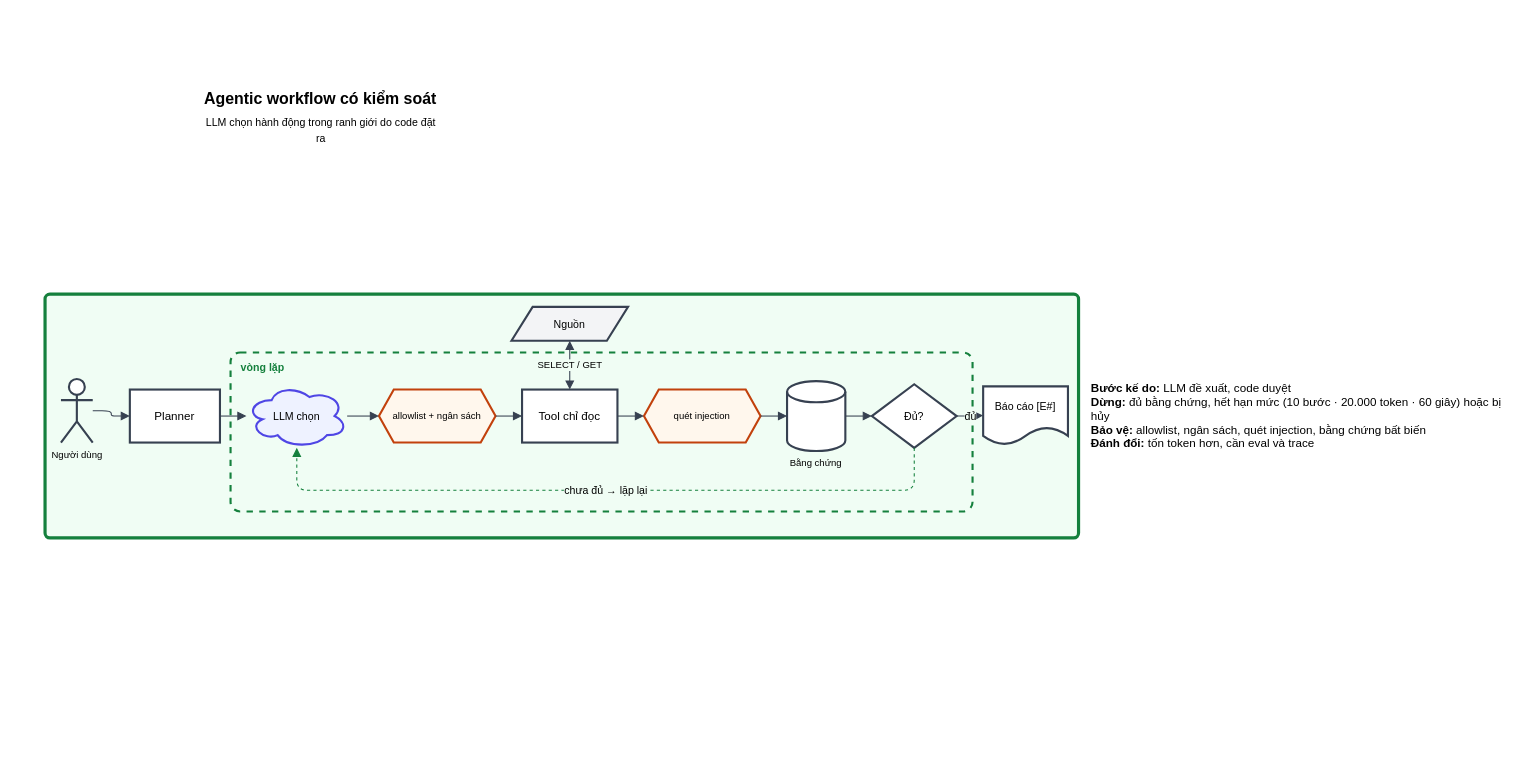
Above: page "Agentic worrkflow" (2 of 33) of AIK8/AIK08/Diagram.drawio in NamHuynh147/OOSD (draw.io), before the change. Source tidied: cells renumbered, new cells numbered last; positions are measured from the earlier drawing's top-left corner, leaving out a move shared by most shapes. Both pictures are drawn from the tidied source at 106%, with x=0, y=0 at pixel (18, 18).
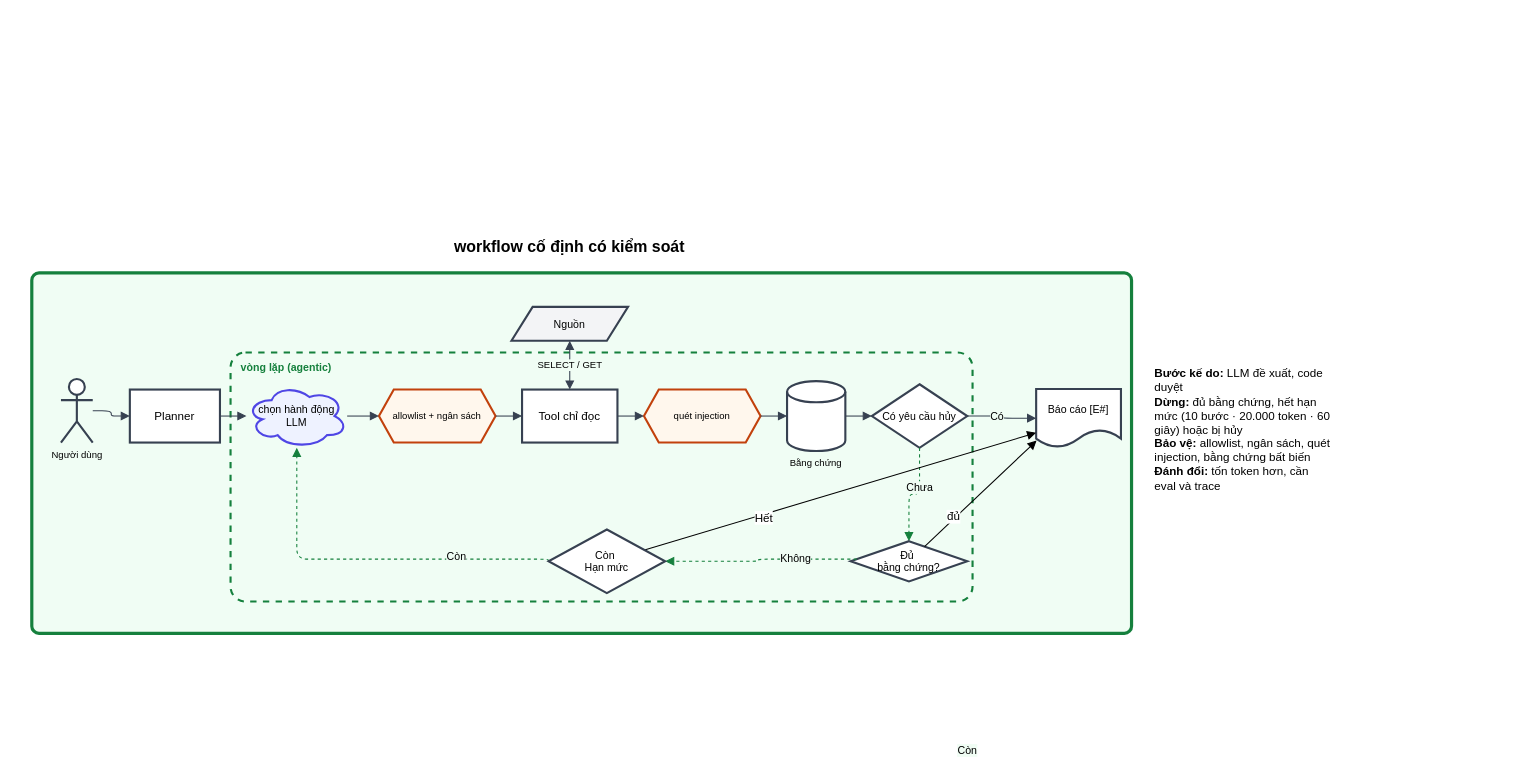
After the change.

Change to the diagram source:
```diff
@@
     <mxCell id="2" style="rounded=1;arcSize=2;whiteSpace=wrap;html=1;fillColor=#F0FDF4;strokeColor=#15803D;strokeWidth=3;" parent="1" vertex="1">
-      <mxGeometry x="25" y="260" width="975" height="230" as="geometry" />
+      <mxGeometry x="12.5" y="240" width="1037.5" height="340" as="geometry" />
     </mxCell>
-    <mxCell id="3" value="&lt;div&gt;&lt;br&gt;&lt;/div&gt;&lt;font style=&quot;font-size:10px&quot;&gt;LLM chọn hành động trong ranh giới do code đặt ra&lt;/font&gt;&lt;div&gt;&lt;br&gt;&lt;/div&gt;" style="text;html=1;whiteSpace=wrap;align=center;verticalAlign=middle;fontSize=12;" parent="1" vertex="1">
-      <mxGeometry x="172.5" width="225" height="210" as="geometry" />
-    </mxCell>
     <mxCell id="4" value="&lt;b&gt;Bước kế do:&lt;/b&gt; LLM đề xuất, code duyệt&lt;br&gt;&lt;b&gt;Dừng:&lt;/b&gt; đủ bằng chứng, hết hạn mức (10 bước · 20.000 token · 60 giây) hoặc bị hủy&lt;br&gt;&lt;b&gt;Bảo vệ:&lt;/b&gt; allowlist, ngân sách, quét injection, bằng chứng bất biến&lt;br&gt;&lt;b&gt;Đánh đổi:&lt;/b&gt; tốn token hơn, cần eval và trace" style="text;html=1;whiteSpace=wrap;align=left;verticalAlign=middle;fontSize=11;" parent="1" vertex="1">
-      <mxGeometry x="1010" y="270" width="400" height="210" as="geometry" />
+      <mxGeometry x="1070" y="283" width="170" height="210" as="geometry" />
     </mxCell>
-    <mxCell id="5" value="vòng lặp" style="rounded=1;arcSize=6;whiteSpace=wrap;html=1;dashed=1;strokeWidth=2;strokeColor=#15803D;fillColor=none;verticalAlign=top;align=left;spacingLeft=8;spacingTop=2;fontSize=10;fontStyle=1;fontColor=#15803D;" parent="1" vertex="1">
-      <mxGeometry x="200" y="315" width="700" height="150" as="geometry" />
+    <mxCell id="5" value="vòng lặp (agentic)" style="rounded=1;arcSize=6;whiteSpace=wrap;html=1;dashed=1;strokeWidth=2;strokeColor=#15803D;fillColor=none;verticalAlign=top;align=left;spacingLeft=8;spacingTop=2;fontSize=10;fontStyle=1;fontColor=#15803D;" parent="1" vertex="1">
+      <mxGeometry x="200" y="315" width="700" height="235" as="geometry" />
     </mxCell>
@@
-    <mxCell id="8" value="LLM chọn" style="ellipse;shape=cloud;whiteSpace=wrap;html=1;fillColor=#EEF2FF;strokeColor=#4F46E5;strokeWidth=2;fontSize=10;" parent="1" vertex="1">
+    <mxCell id="8" value="&lt;div&gt;chọn hành động&lt;/div&gt;&lt;div&gt;LLM&lt;/div&gt;" style="ellipse;shape=cloud;whiteSpace=wrap;html=1;fillColor=#EEF2FF;strokeColor=#4F46E5;strokeWidth=2;fontSize=10;" parent="1" vertex="1">
       <mxGeometry x="215" y="345" width="95" height="60" as="geometry" />
     </mxCell>
@@
-    <mxCell id="14" value="Đủ?" style="rhombus;whiteSpace=wrap;html=1;fillColor=#FFFFFF;strokeColor=#374151;strokeWidth=2;fontSize=10;" parent="1" vertex="1">
-      <mxGeometry x="805" y="345" width="80" height="60" as="geometry" />
+    <mxCell id="14" value="Có yêu cầu hủy" style="rhombus;whiteSpace=wrap;html=1;fillColor=#FFFFFF;strokeColor=#374151;strokeWidth=2;fontSize=10;" parent="1" vertex="1">
+      <mxGeometry x="805" y="345" width="90" height="60" as="geometry" />
     </mxCell>
     <mxCell id="15" value="Báo cáo [E#]" style="shape=document;whiteSpace=wrap;html=1;boundedLbl=1;fillColor=#FFFFFF;strokeColor=#374151;strokeWidth=2;fontSize=10;" parent="1" vertex="1">
-      <mxGeometry x="910" y="347" width="80" height="55" as="geometry" />
+      <mxGeometry x="960" y="349.5" width="80" height="55" as="geometry" />
     </mxCell>
@@
-    <mxCell id="23" value="đủ" style="edgeStyle=orthogonalEdgeStyle;rounded=1;html=1;endArrow=block;endFill=1;strokeColor=#374151;fontSize=10;labelBackgroundColor=#F0FDF4;" parent="1" edge="1" source="14" target="15">
+    <mxCell id="23" style="edgeStyle=orthogonalEdgeStyle;rounded=1;html=1;endArrow=block;endFill=1;strokeColor=#374151;fontSize=10;labelBackgroundColor=#F0FDF4;" parent="1" edge="1" source="14" target="15">
       <mxGeometry relative="1" as="geometry" />
     </mxCell>
+    <mxCell id="27" value="Có" style="edgeLabel;html=1;align=center;verticalAlign=middle;inheritText=1;fontSize=10;labelBackgroundColor=#F0FDF4;" parent="23" vertex="1">
+      <mxGeometry x="-0.19" y="1" relative="1" as="geometry" />
+    </mxCell>
-    <mxCell id="24" value="chưa đủ → lặp lại" style="edgeStyle=orthogonalEdgeStyle;rounded=1;html=1;endArrow=block;endFill=1;dashed=1;strokeColor=#15803D;fontSize=10;labelBackgroundColor=#F0FDF4;exitX=0.5;exitY=1;exitDx=0;exitDy=0;entryX=0.5;entryY=1;entryDx=0;entryDy=0;" parent="1" edge="1" source="14" target="8">
-      <mxGeometry relative="1" as="geometry">
+    <mxCell id="24" value="Còn" style="edgeStyle=orthogonalEdgeStyle;rounded=1;html=1;endArrow=block;endFill=1;dashed=1;strokeColor=#15803D;fontSize=10;labelBackgroundColor=#F0FDF4;entryX=0.5;entryY=1;entryDx=0;entryDy=0;exitX=0;exitY=0.5;exitDx=0;exitDy=0;" parent="1" edge="1" source="38" target="8">
+      <mxGeometry x="-1" y="-198" relative="1" as="geometry">
         <Array as="points">
-          <mxPoint x="845" y="445" />
-          <mxPoint x="262" y="445" />
+          <mxPoint x="500" y="510" />
+          <mxPoint x="262.5" y="510" />
         </Array>
+        <mxPoint x="197" y="178" as="offset" />
       </mxGeometry>
     </mxCell>
+    <mxCell id="28" value="Còn" style="edgeLabel;html=1;align=center;verticalAlign=middle;inheritText=1;fontSize=10;labelBackgroundColor=#F0FDF4;" parent="24" vertex="1">
+      <mxGeometry x="-0.48" y="-3" relative="1" as="geometry">
+        <mxPoint y="-1" as="offset" />
+      </mxGeometry>
+    </mxCell>
@@
-    <mxCell id="26" value="Agentic workflow có kiểm soát" style="text;html=1;whiteSpace=wrap;strokeColor=none;fillColor=none;align=center;verticalAlign=middle;rounded=0;fontStyle=1;fontSize=15;" parent="1" vertex="1">
-      <mxGeometry y="60" width="570" height="30" as="geometry" />
+    <mxCell id="26" value="workflow cố định có kiểm soát" style="text;html=1;whiteSpace=wrap;strokeColor=none;fillColor=none;align=center;verticalAlign=middle;rounded=0;fontStyle=1;fontSize=15;" parent="1" vertex="1">
+      <mxGeometry x="235" y="200" width="570" height="30" as="geometry" />
     </mxCell>
+    <mxCell id="29" style="edgeStyle=orthogonalEdgeStyle;rounded=1;html=1;endArrow=block;endFill=1;dashed=1;strokeColor=#15803D;fontSize=10;labelBackgroundColor=#F0FDF4;exitX=0.5;exitY=1;exitDx=0;exitDy=0;" parent="1" edge="1" source="14" target="31">
+      <mxGeometry relative="1" as="geometry" />
+    </mxCell>
+    <mxCell id="30" value="Chưa" style="edgeLabel;html=1;align=center;verticalAlign=middle;inheritText=1;fontSize=10;labelBackgroundColor=#F0FDF4;" parent="29" vertex="1">
+      <mxGeometry x="-0.27" y="-1" relative="1" as="geometry" />
+    </mxCell>
+    <mxCell id="31" value="&lt;div&gt;Đủ&amp;nbsp;&lt;/div&gt;&lt;div&gt;bằng chứng?&lt;/div&gt;" style="rhombus;whiteSpace=wrap;html=1;fillColor=#FFFFFF;strokeColor=#374151;strokeWidth=2;fontSize=10;" parent="1" vertex="1">
+      <mxGeometry x="785" y="493" width="110" height="38" as="geometry" />
+    </mxCell>
+    <mxCell id="32" style="edgeStyle=none;shape=connector;curved=0;rounded=0;jettySize=auto;html=1;entryX=0.005;entryY=0.885;entryDx=0;entryDy=0;entryPerimeter=0;strokeColor=default;align=center;verticalAlign=middle;fontFamily=Helvetica;fontSize=11;fontColor=default;labelBackgroundColor=default;defaultLabelBackgroundColor=page;endArrow=block;endFill=1;" parent="1" edge="1" source="31" target="15">
+      <mxGeometry relative="1" as="geometry" />
+    </mxCell>
+    <mxCell id="33" value="đủ" style="edgeLabel;html=1;align=center;verticalAlign=middle;inheritText=1;defaultLabelBackgroundColor=page;" parent="32" vertex="1">
+      <mxGeometry x="-0.46" y="2" relative="1" as="geometry" />
+    </mxCell>
+    <mxCell id="34" style="edgeStyle=orthogonalEdgeStyle;rounded=1;html=1;endArrow=block;endFill=1;dashed=1;strokeColor=#15803D;fontSize=10;labelBackgroundColor=#F0FDF4;" parent="1" edge="1" source="31" target="38">
+      <mxGeometry x="-0.85" relative="1" as="geometry">
+        <Array as="points">
+          <mxPoint x="697.5" y="510" />
+          <mxPoint x="697.5" y="512" />
+        </Array>
+      </mxGeometry>
+    </mxCell>
+    <mxCell id="35" value="Không" style="edgeLabel;html=1;align=center;verticalAlign=middle;inheritText=1;fontSize=10;labelBackgroundColor=#F0FDF4;" parent="34" vertex="1">
+      <mxGeometry x="-0.36" y="-2" relative="1" as="geometry" />
+    </mxCell>
+    <mxCell id="36" style="edgeStyle=none;shape=connector;curved=0;rounded=0;jettySize=auto;html=1;entryX=0;entryY=0.75;entryDx=0;entryDy=0;strokeColor=default;align=center;verticalAlign=middle;fontFamily=Helvetica;fontSize=11;fontColor=default;labelBackgroundColor=default;defaultLabelBackgroundColor=page;endArrow=block;endFill=1;" parent="1" edge="1" source="38" target="15">
+      <mxGeometry relative="1" as="geometry" />
+    </mxCell>
+    <mxCell id="37" value="Hết" style="edgeLabel;html=1;align=center;verticalAlign=middle;inheritText=1;defaultLabelBackgroundColor=page;" parent="36" vertex="1">
+      <mxGeometry x="-0.4" y="-2" relative="1" as="geometry" />
+    </mxCell>
+    <mxCell id="38" value="&lt;div&gt;Còn&amp;nbsp;&lt;/div&gt;&lt;div&gt;Hạn mức&lt;/div&gt;" style="rhombus;whiteSpace=wrap;html=1;fillColor=#FFFFFF;strokeColor=#374151;strokeWidth=2;fontSize=10;" parent="1" vertex="1">
+      <mxGeometry x="500" y="482" width="110" height="60" as="geometry" />
+    </mxCell>
```
